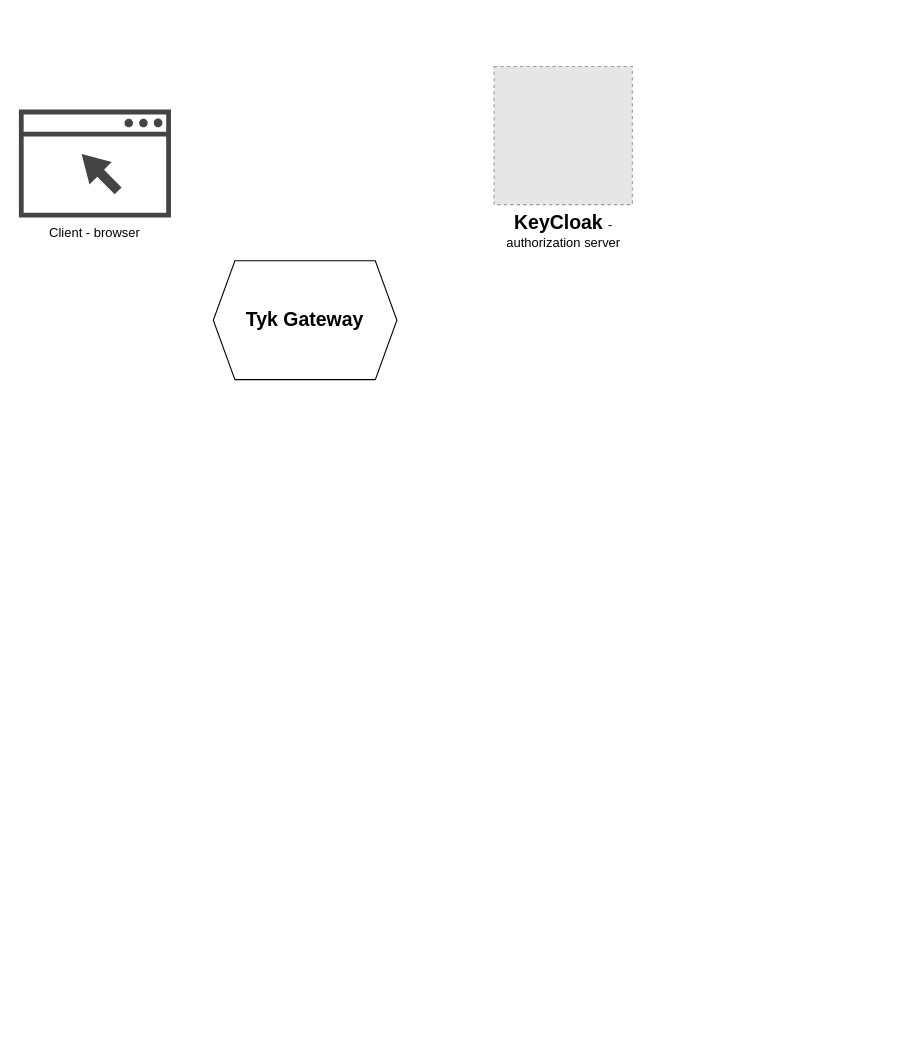
Earlier version of the draw.io diagram Untitled Diagram.drawio (iosinsky/url_shortener). Source tidied: cells renumbered, new cells numbered last; positions are measured from the earlier drawing's top-left corner, leaving out a move shared by most shapes. Both pictures are drawn from the tidied source at 108%, with x=0, y=0 at pixel (18, 66). Pictures stored in the file or linked from it are replaced by grey dashed boxes.
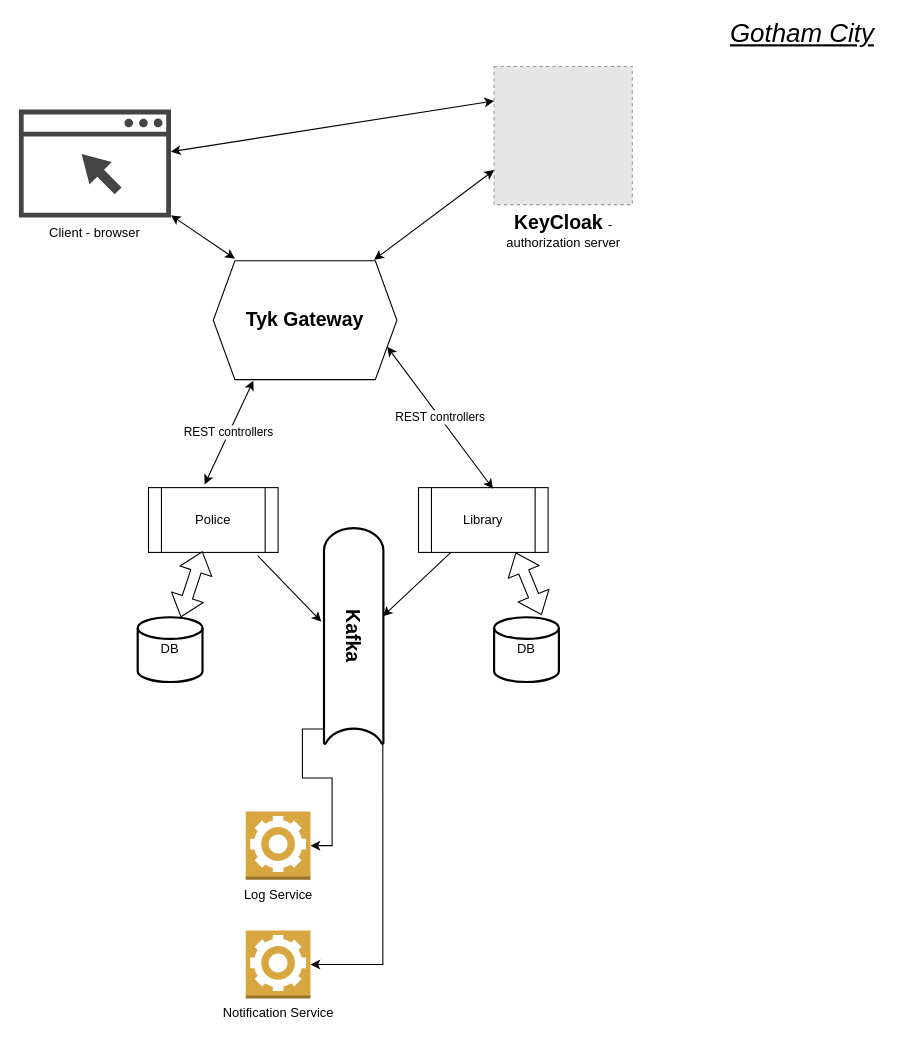
The same page after the edit.

The change refers to these unchanged cells:
```xml
<mxCell id="2" value="&lt;font style=&quot;font-size: 18px&quot;&gt;&lt;b&gt;Tyk Gateway&lt;/b&gt;&lt;/font&gt;" style="shape=hexagon;perimeter=hexagonPerimeter2;whiteSpace=wrap;html=1;fixedSize=1;" parent="1" vertex="1">
  <mxGeometry x="180" y="180" width="170" height="110" as="geometry" />
</mxCell>
<mxCell id="3" value="&lt;font style=&quot;font-size: 18px&quot;&gt;&lt;b&gt;KeyCloak &lt;/b&gt;&lt;/font&gt;- &lt;br&gt;authorization server" style="fillColor=#E6E6E6;strokeColor=#999999;dashed=1;html=1;verticalAlign=top;verticalLabelPosition=bottom;labelBackgroundColor=#ffffff;" parent="1" vertex="1">
  <mxGeometry x="440" width="128" height="128" as="geometry" />
</mxCell>
<mxCell id="4" value="Client - browser" style="shadow=0;dashed=0;html=1;strokeColor=none;fillColor=#434445;labelPosition=center;verticalLabelPosition=bottom;verticalAlign=top;align=center;outlineConnect=0;shape=mxgraph.vvd.web_browser;" parent="1" vertex="1">
  <mxGeometry y="40" width="140.8" height="100" as="geometry" />
</mxCell>
```

What changed in the source:
```diff
@@
+    <mxCell id="5" style="endArrow=classic;startArrow=classic;html=1;" parent="1" edge="1" target="4">
+      <mxGeometry relative="1" as="geometry">
+        <mxPoint x="200" y="178" as="sourcePoint" />
+      </mxGeometry>
+    </mxCell>
+    <mxCell id="6" style="endArrow=classic;startArrow=classic;html=1;exitX=0.876;exitY=-0.009;exitDx=0;exitDy=0;exitPerimeter=0;entryX=0;entryY=0.75;entryDx=0;entryDy=0;" parent="1" edge="1" source="2" target="3">
+      <mxGeometry relative="1" as="geometry" />
+    </mxCell>
+    <mxCell id="7" style="endArrow=classic;startArrow=classic;html=1;entryX=0;entryY=0.25;entryDx=0;entryDy=0;" parent="1" edge="1" source="4" target="3">
+      <mxGeometry relative="1" as="geometry" />
+    </mxCell>
+    <mxCell id="8" value="Police" style="shape=process;whiteSpace=wrap;html=1;backgroundOutline=1;" parent="1" vertex="1">
+      <mxGeometry x="120" y="390" width="120" height="60" as="geometry" />
+    </mxCell>
+    <mxCell id="9" value="Library" style="shape=process;whiteSpace=wrap;html=1;backgroundOutline=1;" parent="1" vertex="1">
+      <mxGeometry x="370" y="390" width="120" height="60" as="geometry" />
+    </mxCell>
+    <mxCell id="10" value="REST controllers" style="endArrow=classic;startArrow=classic;html=1;entryX=1;entryY=0.75;entryDx=0;entryDy=0;exitX=0.575;exitY=0.017;exitDx=0;exitDy=0;exitPerimeter=0;" parent="1" edge="1" source="9" target="2">
+      <mxGeometry relative="1" as="geometry" />
+    </mxCell>
+    <mxCell id="11" value="REST controllers" style="endArrow=classic;startArrow=classic;html=1;entryX=0.218;entryY=1.009;entryDx=0;entryDy=0;entryPerimeter=0;exitX=0.433;exitY=-0.05;exitDx=0;exitDy=0;exitPerimeter=0;" parent="1" edge="1" source="8" target="2">
+      <mxGeometry relative="1" as="geometry" />
+    </mxCell>
+    <mxCell id="12" value="DB" style="strokeWidth=2;html=1;shape=mxgraph.flowchart.database;whiteSpace=wrap;" parent="1" vertex="1">
+      <mxGeometry x="110" y="510" width="60" height="60" as="geometry" />
+    </mxCell>
+    <mxCell id="13" value="DB" style="strokeWidth=2;html=1;shape=mxgraph.flowchart.database;whiteSpace=wrap;" parent="1" vertex="1">
+      <mxGeometry x="440" y="510" width="60" height="60" as="geometry" />
+    </mxCell>
+    <mxCell id="14" style="edgeStyle=orthogonalEdgeStyle;rounded=0;jettySize=auto;html=1;exitX=0.995;exitY=0.01;exitDx=0;exitDy=0;exitPerimeter=0;entryX=1;entryY=0.5;entryDx=0;entryDy=0;entryPerimeter=0;" parent="1" edge="1" source="16" target="21">
+      <mxGeometry relative="1" as="geometry" />
+    </mxCell>
+    <mxCell id="15" style="edgeStyle=orthogonalEdgeStyle;rounded=0;jettySize=auto;html=1;exitX=0.93;exitY=0.5;exitDx=0;exitDy=0;exitPerimeter=0;entryX=1;entryY=0.5;entryDx=0;entryDy=0;entryPerimeter=0;" parent="1" edge="1" source="16" target="20">
+      <mxGeometry relative="1" as="geometry" />
+    </mxCell>
+    <mxCell id="16" value="&lt;font style=&quot;font-size: 18px&quot;&gt;&lt;b&gt;Kafka&lt;/b&gt;&lt;/font&gt;" style="strokeWidth=2;html=1;shape=mxgraph.flowchart.stored_data;whiteSpace=wrap;rotation=90;" parent="1" vertex="1">
+      <mxGeometry x="210" y="500" width="200" height="55" as="geometry" />
+    </mxCell>
+    <mxCell id="17" style="endArrow=classic;html=1;exitX=0.842;exitY=1.05;exitDx=0;exitDy=0;exitPerimeter=0;entryX=0.433;entryY=1.045;entryDx=0;entryDy=0;entryPerimeter=0;" parent="1" edge="1" source="8" target="16">
+      <mxGeometry relative="1" as="geometry" />
+    </mxCell>
+    <mxCell id="18" style="endArrow=classic;html=1;exitX=0.25;exitY=1;exitDx=0;exitDy=0;entryX=0.408;entryY=0.009;entryDx=0;entryDy=0;entryPerimeter=0;" parent="1" edge="1" source="9" target="16">
+      <mxGeometry relative="1" as="geometry" />
+    </mxCell>
+    <mxCell id="19" style="shape=flexArrow;endArrow=classic;startArrow=classic;html=1;entryX=0.417;entryY=0.983;entryDx=0;entryDy=0;entryPerimeter=0;" parent="1" edge="1" source="12" target="8">
+      <mxGeometry relative="1" as="geometry" />
+    </mxCell>
+    <mxCell id="20" value="Log Service&lt;br&gt;" style="outlineConnect=0;dashed=0;verticalLabelPosition=bottom;verticalAlign=top;align=center;html=1;shape=mxgraph.aws3.worker;fillColor=#D9A741;gradientColor=none;" parent="1" vertex="1">
+      <mxGeometry x="210" y="690" width="60" height="63" as="geometry" />
+    </mxCell>
+    <mxCell id="21" value="Notification Service" style="outlineConnect=0;dashed=0;verticalLabelPosition=bottom;verticalAlign=top;align=center;html=1;shape=mxgraph.aws3.worker;fillColor=#D9A741;gradientColor=none;" parent="1" vertex="1">
+      <mxGeometry x="210" y="800" width="60" height="63" as="geometry" />
+    </mxCell>
+    <mxCell id="22" value="&lt;font style=&quot;font-size: 24px&quot;&gt;&lt;u&gt;&lt;i&gt;Gotham City&lt;/i&gt;&lt;/u&gt;&lt;/font&gt;" style="text;html=1;align=center;verticalAlign=middle;" parent="1" vertex="1">
+      <mxGeometry x="650" y="-40" width="150" height="20" as="geometry" />
+    </mxCell>
+    <mxCell id="23" style="shape=flexArrow;endArrow=classic;startArrow=classic;html=1;entryX=0.75;entryY=1;entryDx=0;entryDy=0;exitX=0.733;exitY=-0.033;exitDx=0;exitDy=0;exitPerimeter=0;" parent="1" edge="1" source="13" target="9">
+      <mxGeometry relative="1" as="geometry" />
+    </mxCell>
```
